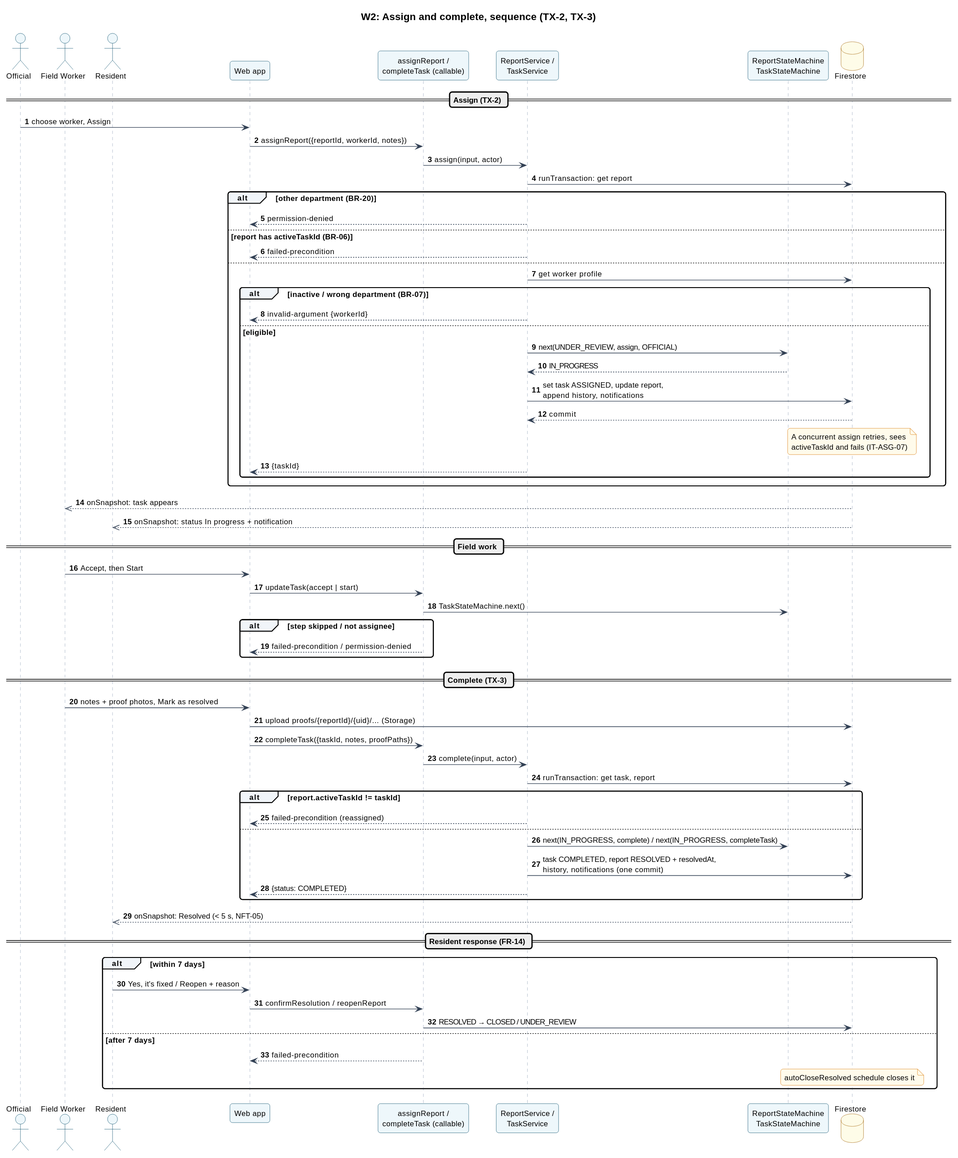
Earlier version of the PlantUML export docs/diagrams/sequence-w2.svg (altechemist/civiclink). Its diagram source:
```plantuml
@startuml
!include _style.iuml
title W2: Assign and complete, sequence (TX-2, TX-3)
autonumber

actor Official
actor "Field Worker" as Worker
actor Resident
participant "Web app" as UI
participant "assignReport /\ncompleteTask (callable)" as API
participant "ReportService /\nTaskService" as SVC
participant "ReportStateMachine\nTaskStateMachine" as SM
database Firestore as DB

== Assign (TX-2) ==
Official -> UI : choose worker, Assign
UI -> API : assignReport({reportId, workerId, notes})
API -> SVC : assign(input, actor)
SVC -> DB : runTransaction: get report
alt other department (BR-20)
  SVC --> UI : permission-denied
else report has activeTaskId (BR-06)
  SVC --> UI : failed-precondition
else
  SVC -> DB : get worker profile
  alt inactive / wrong department (BR-07)
    SVC --> UI : invalid-argument {workerId}
  else eligible
    SVC -> SM : next(UNDER_REVIEW, assign, OFFICIAL)
    SM --> SVC : IN_PROGRESS
    SVC -> DB : set task ASSIGNED, update report,\nappend history, notifications
    DB --> SVC : commit
    note over DB : A concurrent assign retries, sees\nactiveTaskId and fails (IT-ASG-07)
    SVC --> UI : {taskId}
  end
end
DB -->> Worker : onSnapshot: task appears
DB -->> Resident : onSnapshot: status In progress + notification

== Field work ==
Worker -> UI : Accept, then Start
UI -> API : updateTask(accept | start)
API -> SM : TaskStateMachine.next()
alt step skipped / not assignee
  API --> UI : failed-precondition / permission-denied
end

== Complete (TX-3) ==
Worker -> UI : notes + proof photos, Mark as resolved
UI -> DB : upload proofs/{reportId}/{uid}/... (Storage)
UI -> API : completeTask({taskId, notes, proofPaths})
API -> SVC : complete(input, actor)
SVC -> DB : runTransaction: get task, report
alt report.activeTaskId != taskId
  SVC --> UI : failed-precondition (reassigned)
else
  SVC -> SM : next(IN_PROGRESS, complete) / next(IN_PROGRESS, completeTask)
  SVC -> DB : task COMPLETED, report RESOLVED + resolvedAt,\nhistory, notifications (one commit)
  SVC --> UI : {status: COMPLETED}
end
DB -->> Resident : onSnapshot: Resolved (< 5 s, NFT-05)

== Resident response (FR-14) ==
alt within 7 days
  Resident -> UI : Yes, it's fixed / Reopen + reason
  UI -> API : confirmResolution / reopenReport
  API -> DB : RESOLVED → CLOSED / UNDER_REVIEW
else after 7 days
  API --> UI : failed-precondition
  note over DB : autoCloseResolved schedule closes it
end
@enduml
```
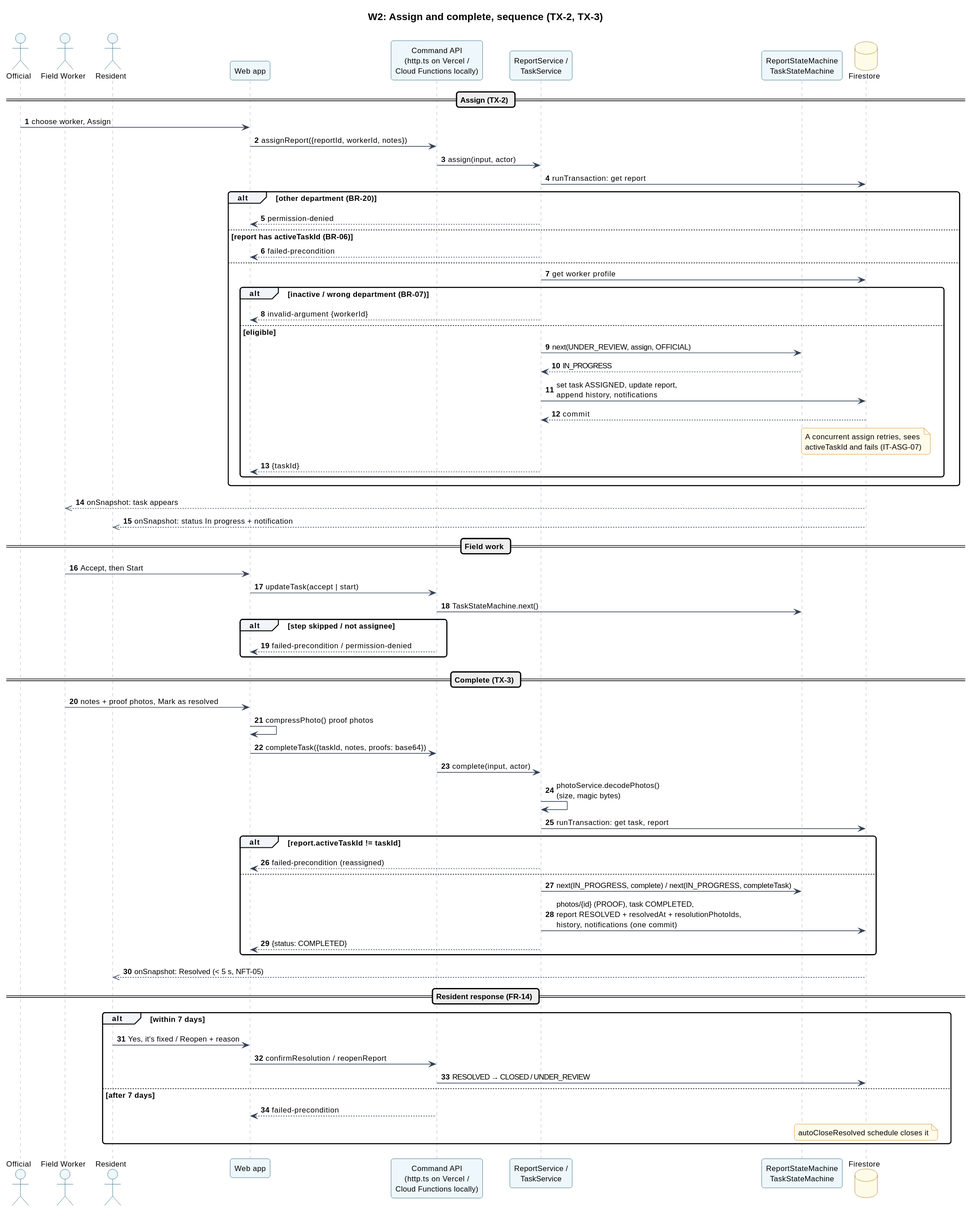
After the change.

Diff of the diagram source:
```diff
@@ -7,7 +7,7 @@
 actor "Field Worker" as Worker
 actor Resident
 participant "Web app" as UI
-participant "assignReport /\ncompleteTask (callable)" as API
+participant "Command API\n(http.ts on Vercel /\nCloud Functions locally)" as API
 participant "ReportService /\nTaskService" as SVC
 participant "ReportStateMachine\nTaskStateMachine" as SM
 database Firestore as DB
@@ -47,15 +47,16 @@
 
 == Complete (TX-3) ==
 Worker -> UI : notes + proof photos, Mark as resolved
-UI -> DB : upload proofs/{reportId}/{uid}/... (Storage)
-UI -> API : completeTask({taskId, notes, proofPaths})
+UI -> UI : compressPhoto() proof photos
+UI -> API : completeTask({taskId, notes, proofs: base64})
 API -> SVC : complete(input, actor)
+SVC -> SVC : photoService.decodePhotos()\n(size, magic bytes)
 SVC -> DB : runTransaction: get task, report
 alt report.activeTaskId != taskId
   SVC --> UI : failed-precondition (reassigned)
 else
   SVC -> SM : next(IN_PROGRESS, complete) / next(IN_PROGRESS, completeTask)
-  SVC -> DB : task COMPLETED, report RESOLVED + resolvedAt,\nhistory, notifications (one commit)
+  SVC -> DB : photos/{id} (PROOF), task COMPLETED,\nreport RESOLVED + resolvedAt + resolutionPhotoIds,\nhistory, notifications (one commit)
   SVC --> UI : {status: COMPLETED}
 end
 DB -->> Resident : onSnapshot: Resolved (< 5 s, NFT-05)
```
